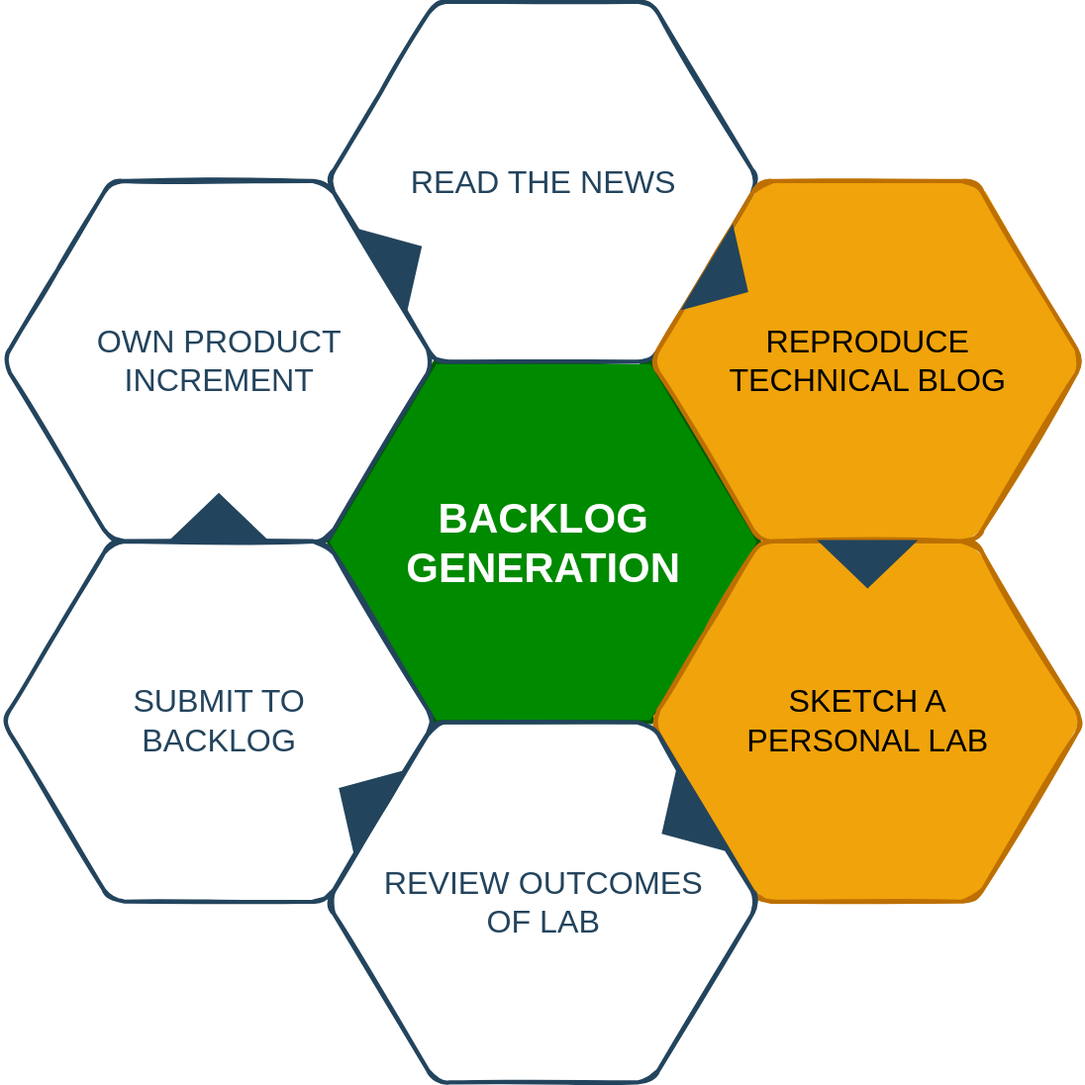
Before: media/backlog-generation.svg, a diagram exported from draw.io (reply-fr/sustainable-personal-accounts). Source tidied: cells renumbered, new cells last; positions are measured from the earlier drawing's top-left corner, leaving out a move shared by most shapes.
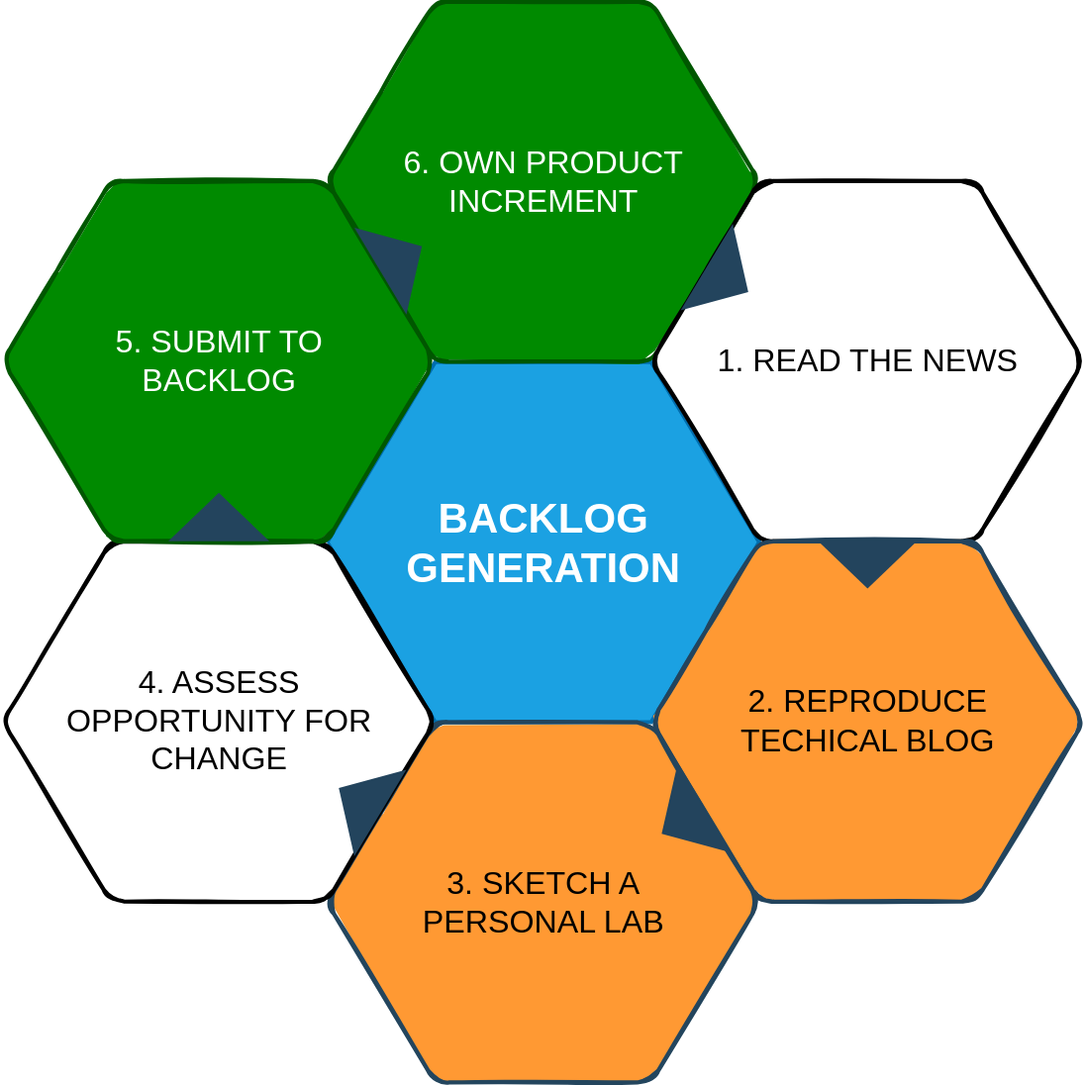
Above is the later version.

The edit, as a diff of the source:
```diff
@@ -2,28 +2,28 @@
   <root>
     <mxCell id="0" />
     <mxCell id="1" parent="0" />
-    <mxCell id="2" value="&lt;font color=&quot;#ffffff&quot;&gt;&lt;span style=&quot;font-size: 30px&quot;&gt;&lt;b&gt;BACKLOG GENERATION&lt;/b&gt;&lt;/span&gt;&lt;/font&gt;" style="shape=hexagon;perimeter=hexagonPerimeter2;whiteSpace=wrap;html=1;shadow=0;labelBackgroundColor=none;strokeColor=#005700;fillColor=#008a00;fontFamily=Helvetica;fontSize=23;fontColor=#ffffff;align=center;strokeWidth=3;" parent="1" vertex="1">
+    <mxCell id="2" value="&lt;font color=&quot;#ffffff&quot;&gt;&lt;span style=&quot;font-size: 30px&quot;&gt;&lt;b&gt;BACKLOG GENERATION&lt;/b&gt;&lt;/span&gt;&lt;/font&gt;" style="shape=hexagon;perimeter=hexagonPerimeter2;whiteSpace=wrap;html=1;shadow=0;labelBackgroundColor=none;strokeColor=#006EAF;fillColor=#1ba1e2;fontFamily=Helvetica;fontSize=23;fontColor=#ffffff;align=center;strokeWidth=3;" parent="1" vertex="1">
       <mxGeometry x="234.6" y="259.8" width="311.8" height="259.9" as="geometry" />
     </mxCell>
     <mxCell id="3" style="triangle;whiteSpace=wrap;html=1;shadow=0;labelBackgroundColor=none;strokeColor=none;fillColor=#FFFFFF;fontFamily=Helvetica;fontSize=17;fontColor=#23445d;align=center;rotation=90;gradientColor=none;flipV=1;flipH=1;opacity=20;" parent="1" vertex="1">
       <mxGeometry x="115.5" y="277.7" width="72" height="152" as="geometry" />
     </mxCell>
-    <mxCell id="4" value="&lt;font style=&quot;font-size: 23px&quot;&gt;READ THE NEWS&lt;/font&gt;" style="shape=hexagon;perimeter=hexagonPerimeter2;whiteSpace=wrap;html=1;shadow=0;labelBackgroundColor=none;strokeColor=#23445D;fillColor=#ffffff;gradientColor=none;fontFamily=Helvetica;fontSize=23;fontColor=#23445D;align=center;strokeWidth=3;rounded=1;sketch=1;fillStyle=solid;" parent="1" vertex="1">
+    <mxCell id="4" value="&lt;font style=&quot;font-size: 23px&quot;&gt;6. OWN PRODUCT INCREMENT&lt;br&gt;&lt;/font&gt;" style="shape=hexagon;perimeter=hexagonPerimeter2;whiteSpace=wrap;html=1;shadow=0;labelBackgroundColor=none;strokeColor=#005700;fillColor=#008a00;fontFamily=Helvetica;fontSize=23;fontColor=#ffffff;align=center;strokeWidth=3;rounded=1;sketch=1;fillStyle=solid;perimeterSpacing=2;noLabel=0;direction=east;fixDash=0;backgroundOutline=0;gradientDirection=east;" parent="1" vertex="1">
       <mxGeometry x="234.6" y="-0.3" width="311.8" height="259.9" as="geometry" />
     </mxCell>
-    <mxCell id="5" value="&lt;font style=&quot;font-size: 23px&quot;&gt;REPRODUCE&lt;br&gt;TECHNICAL BLOG&lt;/font&gt;" style="shape=hexagon;perimeter=hexagonPerimeter2;whiteSpace=wrap;html=1;shadow=0;labelBackgroundColor=none;strokeColor=#BD7000;fillColor=#f0a30a;fontFamily=Helvetica;fontSize=23;fontColor=#000000;align=center;strokeWidth=3;rounded=1;sketch=1;fillStyle=solid;" parent="1" vertex="1">
+    <mxCell id="5" value="1. READ THE NEWS" style="shape=hexagon;perimeter=hexagonPerimeter2;whiteSpace=wrap;html=1;shadow=0;labelBackgroundColor=none;fontFamily=Helvetica;fontSize=23;align=center;strokeWidth=3;rounded=1;sketch=1;fillStyle=solid;" parent="1" vertex="1">
       <mxGeometry x="468.7" y="129.2" width="311.8" height="259.9" as="geometry" />
     </mxCell>
-    <mxCell id="6" value="&lt;font style=&quot;font-size: 23px&quot;&gt;SKETCH A &lt;br&gt;PERSONAL LAB&lt;/font&gt;" style="shape=hexagon;perimeter=hexagonPerimeter2;whiteSpace=wrap;html=1;shadow=0;labelBackgroundColor=none;strokeColor=#BD7000;fillColor=#f0a30a;fontFamily=Helvetica;fontSize=23;fontColor=#000000;align=center;strokeWidth=3;rounded=1;sketch=1;fillStyle=solid;" parent="1" vertex="1">
+    <mxCell id="6" value="2. REPRODUCE&lt;br&gt;TECHICAL BLOG" style="shape=hexagon;perimeter=hexagonPerimeter2;whiteSpace=wrap;html=1;shadow=0;labelBackgroundColor=none;strokeColor=#23445D;fillColor=#FF9933;fontFamily=Helvetica;fontSize=23;fontColor=#000000;align=center;strokeWidth=3;rounded=1;sketch=1;fillStyle=solid;" parent="1" vertex="1">
       <mxGeometry x="468.7" y="389.3" width="311.8" height="259.9" as="geometry" />
     </mxCell>
-    <mxCell id="7" value="&lt;font style=&quot;font-size: 23px&quot;&gt;REVIEW OUTCOMES&lt;br&gt;OF LAB&lt;/font&gt;" style="shape=hexagon;perimeter=hexagonPerimeter2;whiteSpace=wrap;html=1;shadow=0;labelBackgroundColor=none;strokeColor=#23445D;fillColor=#FFFFFF;gradientColor=none;fontFamily=Helvetica;fontSize=23;fontColor=#23445d;align=center;strokeWidth=3;rounded=1;sketch=1;fillStyle=solid;" parent="1" vertex="1">
+    <mxCell id="7" value="3. SKETCH A&lt;br&gt;PERSONAL LAB" style="shape=hexagon;perimeter=hexagonPerimeter2;whiteSpace=wrap;html=1;shadow=0;labelBackgroundColor=none;strokeColor=#23455D;fillColor=#FF9933;fontFamily=Helvetica;fontSize=23;fontColor=#000000;align=center;strokeWidth=3;rounded=1;sketch=1;fillStyle=solid;" parent="1" vertex="1">
       <mxGeometry x="234.6" y="519.8" width="311.8" height="259.9" as="geometry" />
     </mxCell>
-    <mxCell id="8" value="SUBMIT TO &lt;br&gt;BACKLOG" style="shape=hexagon;perimeter=hexagonPerimeter2;whiteSpace=wrap;html=1;shadow=0;labelBackgroundColor=none;strokeColor=#23445D;fillColor=#FFFFFF;gradientColor=none;fontFamily=Helvetica;fontSize=23;fontColor=#23445d;align=center;strokeWidth=3;rounded=1;sketch=1;fillStyle=solid;" parent="1" vertex="1">
+    <mxCell id="8" value="4. ASSESS&lt;br&gt;OPPORTUNITY FOR&lt;br&gt;CHANGE" style="shape=hexagon;perimeter=hexagonPerimeter2;whiteSpace=wrap;html=1;shadow=0;labelBackgroundColor=none;fontFamily=Helvetica;fontSize=23;align=center;strokeWidth=3;rounded=1;sketch=1;fillStyle=solid;" parent="1" vertex="1">
       <mxGeometry x="0.5" y="389.3" width="311.8" height="259.9" as="geometry" />
     </mxCell>
-    <mxCell id="9" value="&lt;font style=&quot;font-size: 23px&quot;&gt;OWN PRODUCT INCREMENT&lt;br&gt;&lt;/font&gt;" style="shape=hexagon;perimeter=hexagonPerimeter2;whiteSpace=wrap;html=1;shadow=0;labelBackgroundColor=none;strokeColor=#23445D;fillColor=#ffffff;gradientColor=none;fontFamily=Helvetica;fontSize=23;fontColor=#23445D;align=center;strokeWidth=3;rounded=1;sketch=1;fillStyle=solid;" parent="1" vertex="1">
+    <mxCell id="9" value="&lt;font style=&quot;font-size: 23px&quot;&gt;5. SUBMIT TO&lt;br&gt;BACKLOG&lt;br&gt;&lt;/font&gt;" style="shape=hexagon;perimeter=hexagonPerimeter2;whiteSpace=wrap;html=1;shadow=0;labelBackgroundColor=none;strokeColor=#005700;fillColor=#008a00;fontFamily=Helvetica;fontSize=23;fontColor=#ffffff;align=center;strokeWidth=3;rounded=1;sketch=1;fillStyle=solid;" parent="1" vertex="1">
       <mxGeometry x="0.5" y="129.2" width="311.8" height="259.9" as="geometry" />
     </mxCell>
     <mxCell id="10" style="triangle;whiteSpace=wrap;html=1;shadow=0;labelBackgroundColor=none;strokeColor=none;fillColor=#23445D;fontFamily=Helvetica;fontSize=17;fontColor=#23445d;align=center;rotation=31;gradientColor=none;strokeWidth=3;" parent="1" vertex="1">
```
